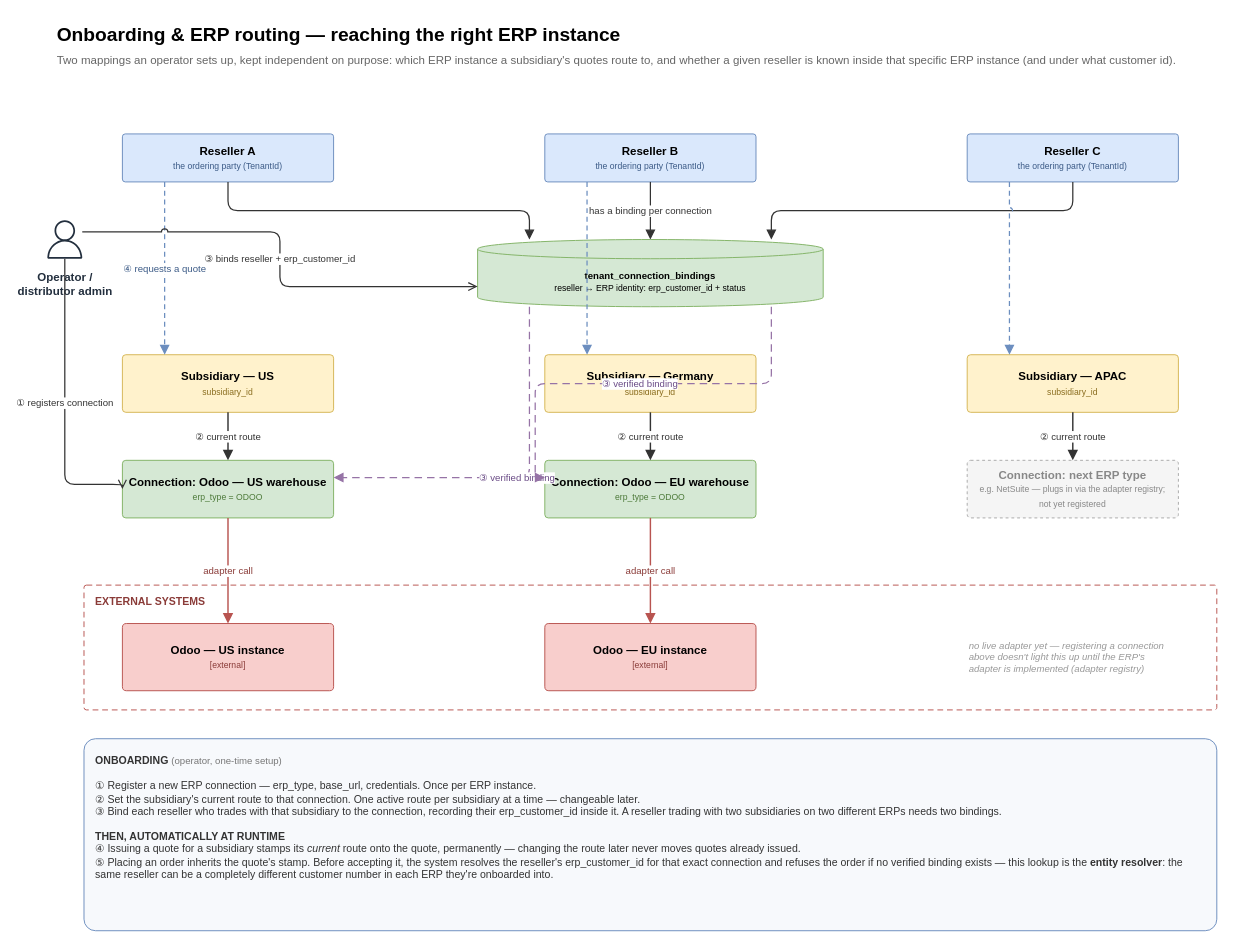
Before: page "2 · Onboarding & ERP routing" (2 of 2) of docs/architecture/hld.drawio in sridarsaikrishnan/AI-DLC-ERP-Supply-Chain-Order-Portal, a draw.io diagram. Source tidied: cells renumbered, new cells numbered last; positions are measured from the earlier drawing's top-left corner, leaving out a move shared by most shapes. Both pictures are drawn from the tidied source at 96%, with x=0, y=0 at pixel (45, 16).
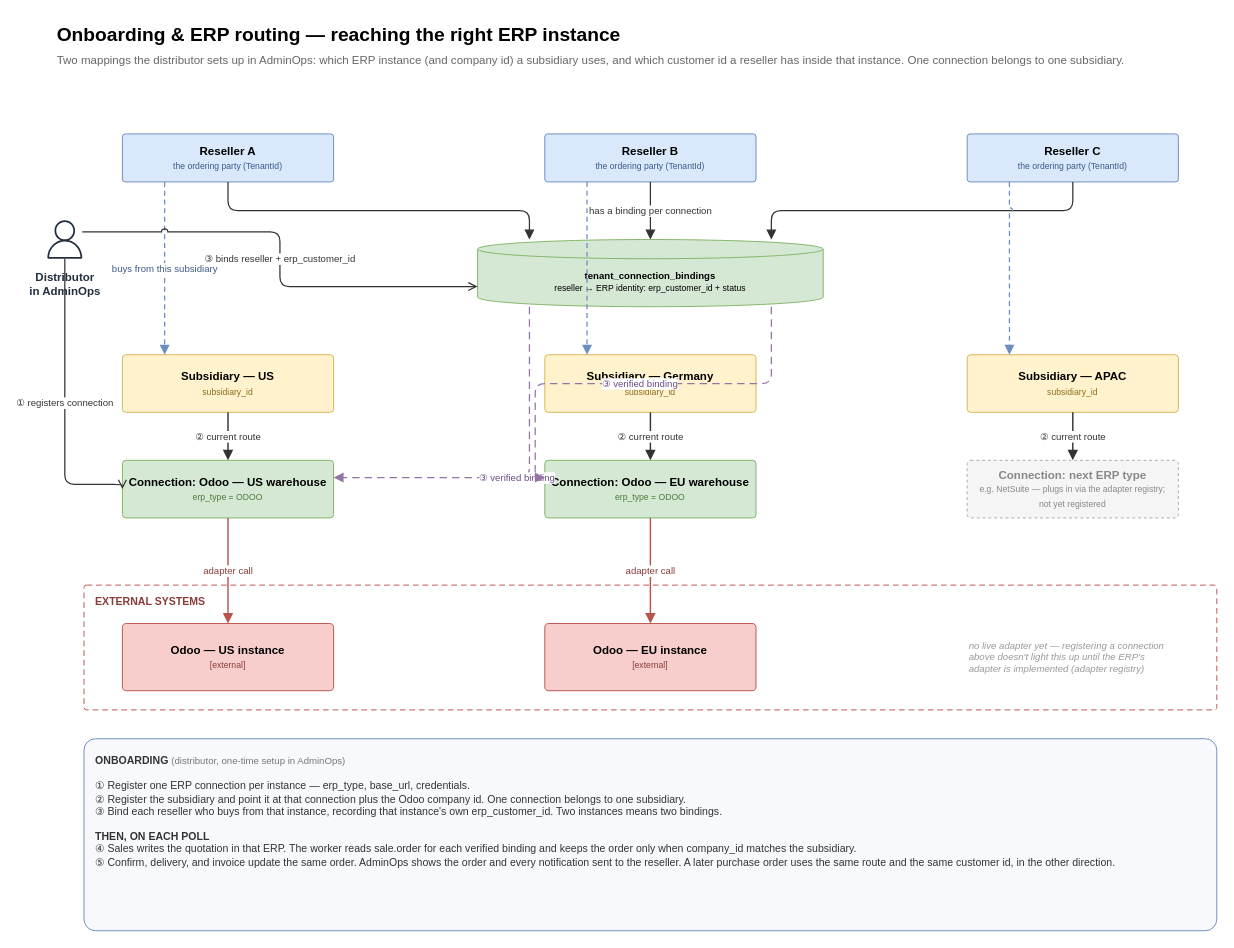
The same page after the edit.

Unchanged cells that the change refers to:
```xml
<mxCell id="5" value="&lt;b&gt;Reseller A&lt;/b&gt;&lt;br&gt;&lt;font style='font-size:9px' color='#3B5A86'&gt;the ordering party (TenantId)&lt;/font&gt;" style="fontFamily=Helvetica;rounded=1;arcSize=6;whiteSpace=wrap;html=1;fontSize=12;spacing=8;verticalAlign=middle;align=center;fillColor=#DAE8FC;strokeColor=#6C8EBF;" parent="1" vertex="1">
  <mxGeometry x="80" y="122" width="220" height="50" as="geometry" />
</mxCell>
<mxCell id="9" value="&lt;b&gt;Subsidiary — US&lt;/b&gt;&lt;br&gt;&lt;font style='font-size:9px' color='#8A6D1F'&gt;subsidiary_id&lt;/font&gt;" style="fontFamily=Helvetica;rounded=1;arcSize=6;whiteSpace=wrap;html=1;fontSize=12;spacing=8;verticalAlign=middle;align=center;fillColor=#FFF2CC;strokeColor=#D6B656;" parent="1" vertex="1">
  <mxGeometry x="80" y="352" width="220" height="60" as="geometry" />
</mxCell>
```

The edit, as a diff of the source:
```diff
@@
-    <mxCell id="3" value="Two mappings an operator sets up, kept independent on purpose: which ERP instance a subsidiary's quotes route to, and whether a given reseller is known inside that specific ERP instance (and under what customer id)." style="fontFamily=Helvetica;text;html=1;whiteSpace=wrap;strokeColor=none;fillColor=none;fontSize=12;align=left;fontColor=#666666;" parent="1" vertex="1">
+    <mxCell id="3" value="Two mappings the distributor sets up in AdminOps: which ERP instance (and company id) a subsidiary uses, and which customer id a reseller has inside that instance. One connection belongs to one subsidiary." style="fontFamily=Helvetica;text;html=1;whiteSpace=wrap;strokeColor=none;fillColor=none;fontSize=12;align=left;fontColor=#666666;" parent="1" vertex="1">
       <mxGeometry x="10" y="32" width="1200" height="20" as="geometry" />
     </mxCell>
-    <mxCell id="4" value="Operator /&lt;br&gt;distributor admin" style="fontFamily=Helvetica;sketch=0;outlineConnect=0;fontColor=#232F3E;gradientColor=none;fillColor=#232F3E;strokeColor=none;html=1;shape=mxgraph.aws4.user;fontSize=12;fontStyle=1;labelPosition=bottom;verticalLabelPosition=bottom;align=center;verticalAlign=top;spacingTop=6;" parent="1" vertex="1">
+    <mxCell id="4" value="Distributor&lt;br&gt;in AdminOps" style="fontFamily=Helvetica;sketch=0;outlineConnect=0;fontColor=#232F3E;gradientColor=none;fillColor=#232F3E;strokeColor=none;html=1;shape=mxgraph.aws4.user;fontSize=12;fontStyle=1;labelPosition=bottom;verticalLabelPosition=bottom;align=center;verticalAlign=top;spacingTop=6;" parent="1" vertex="1">
       <mxGeometry y="212" width="40" height="40" as="geometry" />
     </mxCell>
@@
-    <mxCell id="22" value="④ requests a quote" style="fontFamily=Helvetica;edgeStyle=orthogonalEdgeStyle;rounded=1;html=1;fontSize=10;labelBackgroundColor=#FFFFFF;jumpStyle=arc;endSize=7;strokeColor=#6C8EBF;strokeWidth=1.3;dashed=1;dashPattern=4 3;endArrow=block;endFill=1;fontColor=#3B5A86;exitX=0.2;exitY=1;exitDx=0;exitDy=0;entryX=0.2;entryY=0;entryDx=0;entryDy=0;" parent="1" edge="1" source="5" target="9">
+    <mxCell id="22" value="buys from this subsidiary" style="fontFamily=Helvetica;edgeStyle=orthogonalEdgeStyle;rounded=1;html=1;fontSize=10;labelBackgroundColor=#FFFFFF;jumpStyle=arc;endSize=7;strokeColor=#6C8EBF;strokeWidth=1.3;dashed=1;dashPattern=4 3;endArrow=block;endFill=1;fontColor=#3B5A86;exitX=0.2;exitY=1;exitDx=0;exitDy=0;entryX=0.2;entryY=0;entryDx=0;entryDy=0;" parent="1" edge="1" source="5" target="9">
       <mxGeometry relative="1" as="geometry" />
     </mxCell>
@@
-    <mxCell id="34" value="&lt;b&gt;ONBOARDING&lt;/b&gt; &lt;font style='font-size:10px' color='#777777'&gt;(operator, one-time setup)&lt;/font&gt;&lt;br&gt;&lt;br&gt;① Register a new ERP connection — erp_type, base_url, credentials. Once per ERP instance.&lt;br&gt;② Set the subsidiary's current route to that connection. One active route per subsidiary at a time — changeable later.&lt;br&gt;③ Bind each reseller who trades with that subsidiary to the connection, recording their erp_customer_id inside it. A reseller trading with two subsidiaries on two different ERPs needs two bindings.&lt;br&gt;&lt;br&gt;&lt;b&gt;THEN, AUTOMATICALLY AT RUNTIME&lt;/b&gt;&lt;br&gt;④ Issuing a quote for a subsidiary stamps its &lt;i&gt;current&lt;/i&gt; route onto the quote, permanently — changing the route later never moves quotes already issued.&lt;br&gt;⑤ Placing an order inherits the quote's stamp. Before accepting it, the system resolves the reseller's erp_customer_id for that exact connection and refuses the order if no verified binding exists — this lookup is the &lt;b&gt;entity resolver&lt;/b&gt;: the same reseller can be a completely different customer number in each ERP they're onboarded into." style="fontFamily=Helvetica;rounded=1;arcSize=6;whiteSpace=wrap;html=1;fontSize=12;spacing=8;verticalAlign=middle;align=center;fillColor=#F7F9FC;strokeColor=#6C8EBF;align=left;verticalAlign=top;fontSize=11;spacing=12;fontColor=#333333;" parent="1" vertex="1">
+    <mxCell id="34" value="&lt;b&gt;ONBOARDING&lt;/b&gt; &lt;font style='font-size:10px' color='#777777'&gt;(distributor, one-time setup in AdminOps)&lt;/font&gt;&lt;br&gt;&lt;br&gt;① Register one ERP connection per instance — erp_type, base_url, credentials.&lt;br&gt;② Register the subsidiary and point it at that connection plus the Odoo company id. One connection belongs to one subsidiary.&lt;br&gt;③ Bind each reseller who buys from that instance, recording that instance's own erp_customer_id. Two instances means two bindings.&lt;br&gt;&lt;br&gt;&lt;b&gt;THEN, ON EACH POLL&lt;/b&gt;&lt;br&gt;④ Sales writes the quotation in that ERP. The worker reads sale.order for each verified binding and keeps the order only when company_id matches the subsidiary.&lt;br&gt;⑤ Confirm, delivery, and invoice update the same order. AdminOps shows the order and every notification sent to the reseller. A later purchase order uses the same route and the same customer id, in the other direction." style="fontFamily=Helvetica;rounded=1;arcSize=6;whiteSpace=wrap;html=1;fontSize=12;spacing=8;verticalAlign=middle;align=center;fillColor=#F7F9FC;strokeColor=#6C8EBF;align=left;verticalAlign=top;fontSize=11;spacing=12;fontColor=#333333;" parent="1" vertex="1">
       <mxGeometry x="40" y="752" width="1180" height="200" as="geometry" />
     </mxCell>
```
